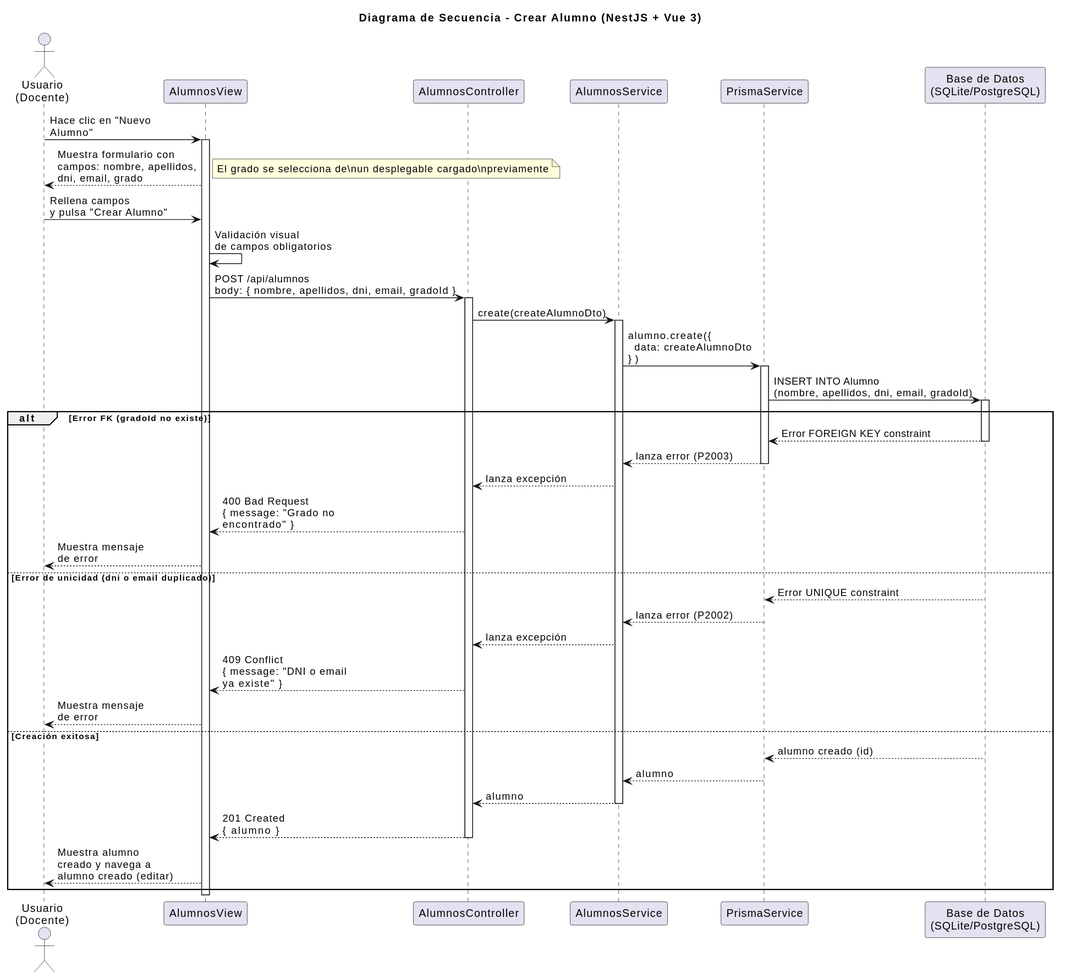
The PlantUML diagram images/diseño/crearAlumno/secuencia.svg in marcosgutierrez6/25-26-idsw2-sdVC, before a commit. Its diagram source:
```plantuml
@startuml
title Diagrama de Secuencia - Crear Alumno (NestJS + Vue 3)

actor "Usuario\n(Docente)" as User
participant "AlumnosView" as FE
participant "AlumnosController" as Controller
participant "AlumnosService" as Service
participant "PrismaService" as Prisma
participant "Base de Datos\n(SQLite/PostgreSQL)" as DB

User -> FE: Hace clic en "Nuevo\nAlumno"
activate FE

FE --> User: Muestra formulario con\ncampos: nombre, apellidos,\ndni, email, grado
note right
  El grado se selecciona de\nun desplegable cargado\npreviamente
end note

User -> FE: Rellena campos\ny pulsa "Crear Alumno"
FE -> FE: Validación visual\nde campos obligatorios

FE -> Controller: POST /api/alumnos\nbody: { nombre, apellidos, dni, email, gradoId }
activate Controller

Controller -> Service: create(createAlumnoDto)
activate Service

Service -> Prisma: alumno.create({\n  data: createAlumnoDto\n})
activate Prisma
Prisma -> DB: INSERT INTO Alumno\n(nombre, apellidos, dni, email, gradoId)
activate DB

alt Error FK (gradoId no existe)
  DB --> Prisma: Error FOREIGN KEY constraint
  deactivate DB
  Prisma --> Service: lanza error (P2003)
  deactivate Prisma
  Service --> Controller: lanza excepción
  Controller --> FE: 400 Bad Request\n{ message: "Grado no\nencontrado" }
  FE --> User: Muestra mensaje\nde error
else Error de unicidad (dni o email duplicado)
  DB --> Prisma: Error UNIQUE constraint
  deactivate DB
  Prisma --> Service: lanza error (P2002)
  deactivate Prisma
  Service --> Controller: lanza excepción
  Controller --> FE: 409 Conflict\n{ message: "DNI o email\nya existe" }
  FE --> User: Muestra mensaje\nde error
else Creación exitosa
  DB --> Prisma: alumno creado (id)
  deactivate DB
  Prisma --> Service: alumno
  deactivate Prisma

  Service --> Controller: alumno
  deactivate Service
  Controller --> FE: 201 Created\n{ alumno }
  deactivate Controller
  FE --> User: Muestra alumno\ncreado y navega a\nalumno creado (editar)
end

deactivate FE
@enduml
```
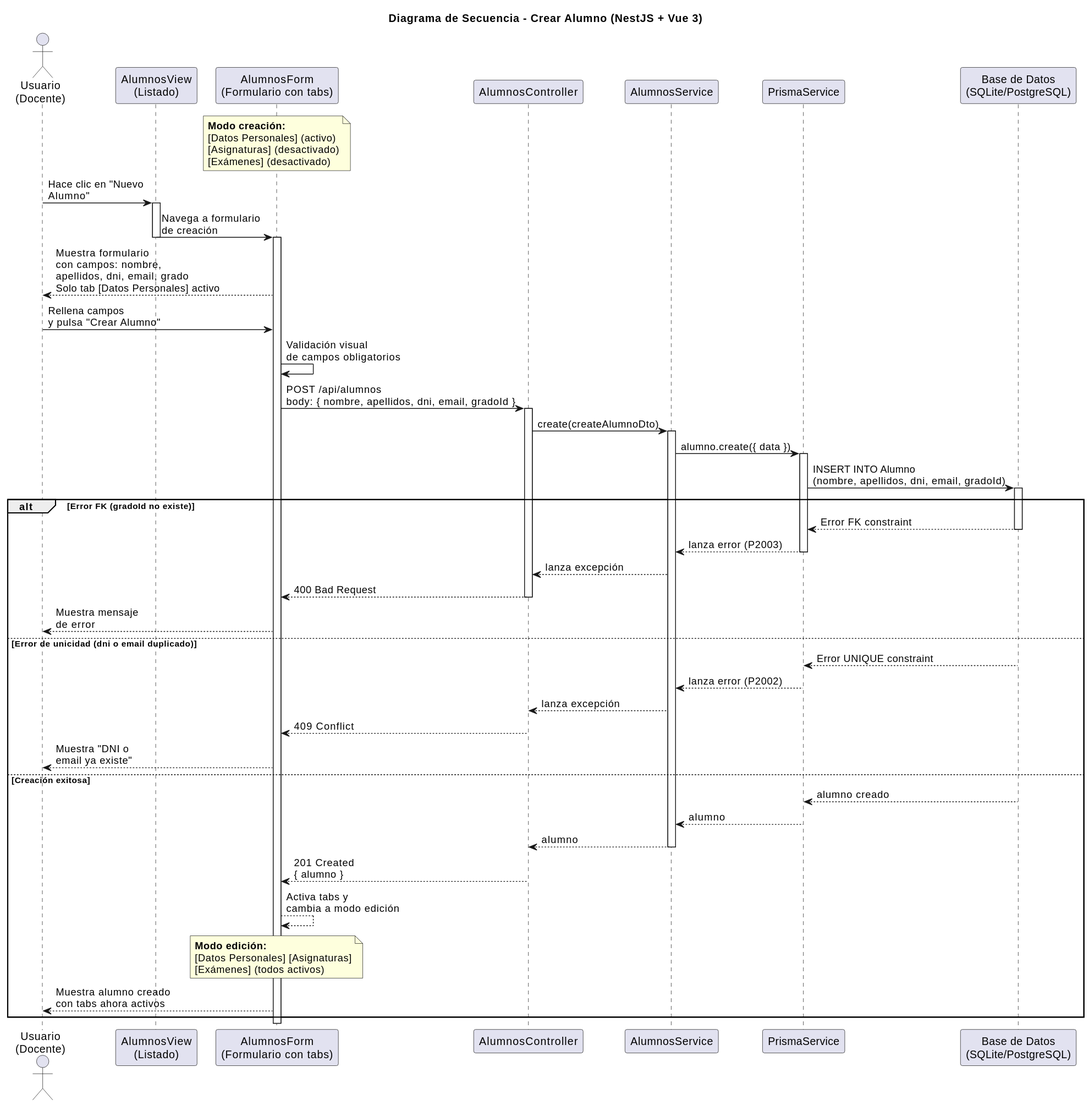
After the commit.

What changed in the source:
```diff
@@ -2,62 +2,77 @@
 title Diagrama de Secuencia - Crear Alumno (NestJS + Vue 3)
 
 actor "Usuario\n(Docente)" as User
-participant "AlumnosView" as FE
+participant "AlumnosView\n(Listado)" as List
+participant "AlumnosForm\n(Formulario con tabs)" as Form
 participant "AlumnosController" as Controller
 participant "AlumnosService" as Service
 participant "PrismaService" as Prisma
 participant "Base de Datos\n(SQLite/PostgreSQL)" as DB
 
-User -> FE: Hace clic en "Nuevo\nAlumno"
-activate FE
-
-FE --> User: Muestra formulario con\ncampos: nombre, apellidos,\ndni, email, grado
-note right
-  El grado se selecciona de\nun desplegable cargado\npreviamente
+note over Form
+  <b>Modo creación:</b>
+  [Datos Personales] (activo)
+  [Asignaturas] (desactivado)
+  [Exámenes] (desactivado)
 end note
 
-User -> FE: Rellena campos\ny pulsa "Crear Alumno"
-FE -> FE: Validación visual\nde campos obligatorios
+User -> List: Hace clic en "Nuevo\nAlumno"
+activate List
 
-FE -> Controller: POST /api/alumnos\nbody: { nombre, apellidos, dni, email, gradoId }
+List -> Form: Navega a formulario\nde creación
+deactivate List
+activate Form
+Form --> User: Muestra formulario\ncon campos: nombre,\napellidos, dni, email, grado\nSolo tab [Datos Personales] activo
+
+User -> Form: Rellena campos\ny pulsa "Crear Alumno"
+Form -> Form: Validación visual\nde campos obligatorios
+
+Form -> Controller: POST /api/alumnos\nbody: { nombre, apellidos, dni, email, gradoId }
 activate Controller
 
 Controller -> Service: create(createAlumnoDto)
 activate Service
 
-Service -> Prisma: alumno.create({\n  data: createAlumnoDto\n})
+Service -> Prisma: alumno.create({ data })
 activate Prisma
 Prisma -> DB: INSERT INTO Alumno\n(nombre, apellidos, dni, email, gradoId)
 activate DB
 
 alt Error FK (gradoId no existe)
-  DB --> Prisma: Error FOREIGN KEY constraint
+  DB --> Prisma: Error FK constraint
   deactivate DB
   Prisma --> Service: lanza error (P2003)
   deactivate Prisma
   Service --> Controller: lanza excepción
-  Controller --> FE: 400 Bad Request\n{ message: "Grado no\nencontrado" }
-  FE --> User: Muestra mensaje\nde error
+  Controller --> Form: 400 Bad Request
+  deactivate Controller
+  Form --> User: Muestra mensaje\nde error
 else Error de unicidad (dni o email duplicado)
   DB --> Prisma: Error UNIQUE constraint
   deactivate DB
   Prisma --> Service: lanza error (P2002)
   deactivate Prisma
   Service --> Controller: lanza excepción
-  Controller --> FE: 409 Conflict\n{ message: "DNI o email\nya existe" }
-  FE --> User: Muestra mensaje\nde error
+  Controller --> Form: 409 Conflict
+  deactivate Controller
+  Form --> User: Muestra "DNI o\nemail ya existe"
 else Creación exitosa
-  DB --> Prisma: alumno creado (id)
+  DB --> Prisma: alumno creado
   deactivate DB
   Prisma --> Service: alumno
   deactivate Prisma
 
   Service --> Controller: alumno
   deactivate Service
-  Controller --> FE: 201 Created\n{ alumno }
+  Controller --> Form: 201 Created\n{ alumno }
   deactivate Controller
-  FE --> User: Muestra alumno\ncreado y navega a\nalumno creado (editar)
+
+  Form --> Form: Activa tabs y\ncambia a modo edición
+  note over Form
+    <b>Modo edición:</b>
+    [Datos Personales] [Asignaturas]
+    [Exámenes] (todos activos)
+  end note
+  Form --> User: Muestra alumno creado\ncon tabs ahora activos
 end
-
-deactivate FE
 @enduml
```
